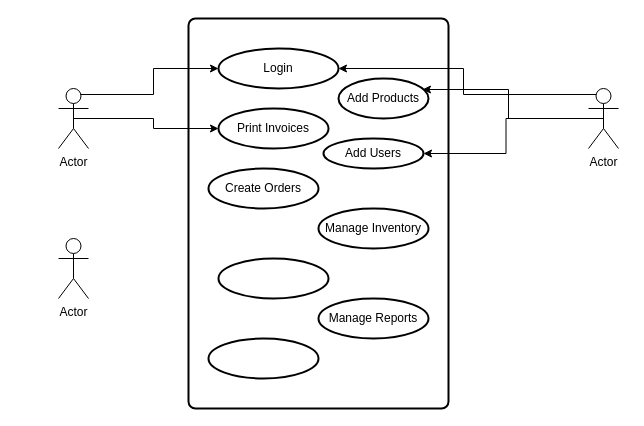
This is Untitled Diagram.drawio from Mwabamwaba/POS-MS-Access-VBA, a draw.io file, before an edit. Source tidied: cells renumbered, new cells numbered last; positions are measured from the earlier drawing's top-left corner, leaving out a move shared by most shapes. Both pictures are drawn from the tidied source at 100%, with x=0, y=0 at pixel (58, 18).
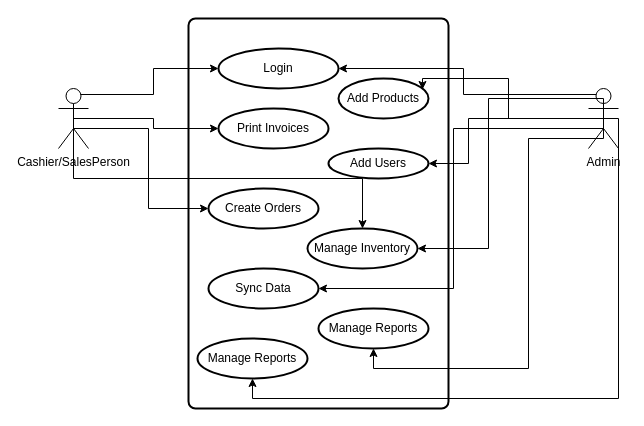
The same diagram, later.

Unchanged cells that the change refers to:
```xml
<mxCell id="3" value="Add Products" style="strokeWidth=2;html=1;shape=mxgraph.flowchart.start_1;whiteSpace=wrap;" parent="1" vertex="1">
  <mxGeometry x="280" y="60" width="90" height="40" as="geometry" />
</mxCell>
```

Change to the diagram source:
```diff
@@
     <mxCell id="6" value="Add Users" style="strokeWidth=2;html=1;shape=mxgraph.flowchart.start_1;whiteSpace=wrap;" parent="1" vertex="1">
-      <mxGeometry x="265" y="120" width="100" height="30" as="geometry" />
+      <mxGeometry x="270" y="130" width="100" height="30" as="geometry" />
     </mxCell>
     <mxCell id="7" value="Create Orders" style="strokeWidth=2;html=1;shape=mxgraph.flowchart.start_1;whiteSpace=wrap;" parent="1" vertex="1">
-      <mxGeometry x="150" y="150" width="110" height="40" as="geometry" />
+      <mxGeometry x="150" y="170" width="110" height="40" as="geometry" />
     </mxCell>
     <mxCell id="8" value="Manage Inventory" style="strokeWidth=2;html=1;shape=mxgraph.flowchart.start_1;whiteSpace=wrap;" parent="1" vertex="1">
-      <mxGeometry x="260" y="190" width="110" height="40" as="geometry" />
+      <mxGeometry x="249" y="210" width="110" height="40" as="geometry" />
     </mxCell>
-    <mxCell id="9" style="strokeWidth=2;html=1;shape=mxgraph.flowchart.start_1;whiteSpace=wrap;" parent="1" vertex="1">
-      <mxGeometry x="160" y="240" width="110" height="40" as="geometry" />
+    <mxCell id="9" value="Sync Data" style="strokeWidth=2;html=1;shape=mxgraph.flowchart.start_1;whiteSpace=wrap;" parent="1" vertex="1">
+      <mxGeometry x="150" y="250" width="110" height="40" as="geometry" />
     </mxCell>
     <mxCell id="10" value="Manage Reports" style="strokeWidth=2;html=1;shape=mxgraph.flowchart.start_1;whiteSpace=wrap;" parent="1" vertex="1">
-      <mxGeometry x="260" y="280" width="110" height="40" as="geometry" />
+      <mxGeometry x="260" y="290" width="110" height="40" as="geometry" />
     </mxCell>
-    <mxCell id="11" style="strokeWidth=2;html=1;shape=mxgraph.flowchart.start_1;whiteSpace=wrap;" parent="1" vertex="1">
-      <mxGeometry x="150" y="320" width="110" height="40" as="geometry" />
-    </mxCell>
@@
-    <mxCell id="14" value="Actor" style="shape=umlActor;verticalLabelPosition=bottom;verticalAlign=top;html=1;" parent="1" vertex="1">
-      <mxGeometry y="220" width="30" height="60" as="geometry" />
-    </mxCell>
-    <mxCell id="15" value="Actor" style="shape=umlActor;verticalLabelPosition=bottom;verticalAlign=top;html=1;outlineConnect=0;" parent="1" vertex="1">
+    <mxCell id="15" value="Cashier/SalesPerson" style="shape=umlActor;verticalLabelPosition=bottom;verticalAlign=top;html=1;outlineConnect=0;" parent="1" vertex="1">
       <mxGeometry y="70" width="30" height="60" as="geometry" />
     </mxCell>
@@
+    <mxCell id="20" style="edgeStyle=orthogonalEdgeStyle;rounded=0;jettySize=auto;html=1;exitX=0.5;exitY=0.5;exitDx=0;exitDy=0;exitPerimeter=0;entryX=0.5;entryY=1;entryDx=0;entryDy=0;entryPerimeter=0;" parent="1" edge="1" source="17" target="24">
+      <mxGeometry relative="1" as="geometry">
+        <Array as="points">
+          <mxPoint x="560" y="100" />
+          <mxPoint x="560" y="380" />
+          <mxPoint x="194" y="380" />
+        </Array>
+      </mxGeometry>
+    </mxCell>
-    <mxCell id="17" value="Actor" style="shape=umlActor;verticalLabelPosition=bottom;verticalAlign=top;html=1;outlineConnect=0;" parent="1" vertex="1">
+    <mxCell id="17" value="Admin" style="shape=umlActor;verticalLabelPosition=bottom;verticalAlign=top;html=1;outlineConnect=0;" parent="1" vertex="1">
       <mxGeometry x="530" y="70" width="30" height="60" as="geometry" />
     </mxCell>
     <mxCell id="18" style="edgeStyle=orthogonalEdgeStyle;rounded=0;jettySize=auto;html=1;exitX=0.5;exitY=0.5;exitDx=0;exitDy=0;exitPerimeter=0;entryX=0.933;entryY=0.275;entryDx=0;entryDy=0;entryPerimeter=0;" parent="1" edge="1" source="17" target="3">
-      <mxGeometry relative="1" as="geometry" />
+      <mxGeometry relative="1" as="geometry">
+        <Array as="points">
+          <mxPoint x="450" y="100" />
+          <mxPoint x="450" y="60" />
+          <mxPoint x="364" y="60" />
+        </Array>
+      </mxGeometry>
     </mxCell>
     <mxCell id="19" style="edgeStyle=orthogonalEdgeStyle;rounded=0;jettySize=auto;html=1;exitX=0.5;exitY=0.5;exitDx=0;exitDy=0;exitPerimeter=0;entryX=1;entryY=0.5;entryDx=0;entryDy=0;entryPerimeter=0;" parent="1" edge="1" source="17" target="6">
-      <mxGeometry relative="1" as="geometry" />
+      <mxGeometry relative="1" as="geometry">
+        <Array as="points">
+          <mxPoint x="410" y="100" />
+          <mxPoint x="410" y="145" />
+        </Array>
+      </mxGeometry>
     </mxCell>
+    <mxCell id="21" style="edgeStyle=orthogonalEdgeStyle;rounded=0;jettySize=auto;html=1;exitX=0.5;exitY=0.5;exitDx=0;exitDy=0;exitPerimeter=0;entryX=1;entryY=0.5;entryDx=0;entryDy=0;entryPerimeter=0;" parent="1" edge="1" source="17" target="9">
+      <mxGeometry relative="1" as="geometry">
+        <Array as="points">
+          <mxPoint x="545" y="110" />
+          <mxPoint x="395" y="110" />
+          <mxPoint x="395" y="270" />
+        </Array>
+      </mxGeometry>
+    </mxCell>
+    <mxCell id="22" style="edgeStyle=orthogonalEdgeStyle;rounded=0;jettySize=auto;html=1;exitX=0.5;exitY=0.5;exitDx=0;exitDy=0;exitPerimeter=0;entryX=0;entryY=0.5;entryDx=0;entryDy=0;entryPerimeter=0;" parent="1" edge="1" source="15" target="7">
+      <mxGeometry relative="1" as="geometry">
+        <Array as="points">
+          <mxPoint x="15" y="110" />
+          <mxPoint x="90" y="110" />
+          <mxPoint x="90" y="190" />
+        </Array>
+      </mxGeometry>
+    </mxCell>
+    <mxCell id="23" style="edgeStyle=orthogonalEdgeStyle;rounded=0;jettySize=auto;html=1;exitX=0.5;exitY=0.5;exitDx=0;exitDy=0;exitPerimeter=0;entryX=1;entryY=0.5;entryDx=0;entryDy=0;entryPerimeter=0;" parent="1" edge="1" source="17" target="8">
+      <mxGeometry relative="1" as="geometry">
+        <Array as="points">
+          <mxPoint x="545" y="80" />
+          <mxPoint x="430" y="80" />
+          <mxPoint x="430" y="230" />
+        </Array>
+      </mxGeometry>
+    </mxCell>
+    <mxCell id="24" value="Manage Reports" style="strokeWidth=2;html=1;shape=mxgraph.flowchart.start_1;whiteSpace=wrap;" parent="1" vertex="1">
+      <mxGeometry x="139" y="320" width="110" height="40" as="geometry" />
+    </mxCell>
+    <mxCell id="25" style="edgeStyle=orthogonalEdgeStyle;rounded=0;jettySize=auto;html=1;exitX=0.5;exitY=0.5;exitDx=0;exitDy=0;exitPerimeter=0;entryX=0.5;entryY=1;entryDx=0;entryDy=0;entryPerimeter=0;" parent="1" edge="1" source="17" target="10">
+      <mxGeometry relative="1" as="geometry">
+        <Array as="points">
+          <mxPoint x="545" y="120" />
+          <mxPoint x="470" y="120" />
+          <mxPoint x="470" y="350" />
+          <mxPoint x="315" y="350" />
+        </Array>
+      </mxGeometry>
+    </mxCell>
+    <mxCell id="26" style="edgeStyle=orthogonalEdgeStyle;rounded=0;jettySize=auto;html=1;exitX=0.5;exitY=0.5;exitDx=0;exitDy=0;exitPerimeter=0;entryX=0.5;entryY=0;entryDx=0;entryDy=0;entryPerimeter=0;" parent="1" edge="1" source="15" target="8">
+      <mxGeometry relative="1" as="geometry">
+        <Array as="points">
+          <mxPoint x="15" y="160" />
+          <mxPoint x="304" y="160" />
+        </Array>
+      </mxGeometry>
+    </mxCell>
```
